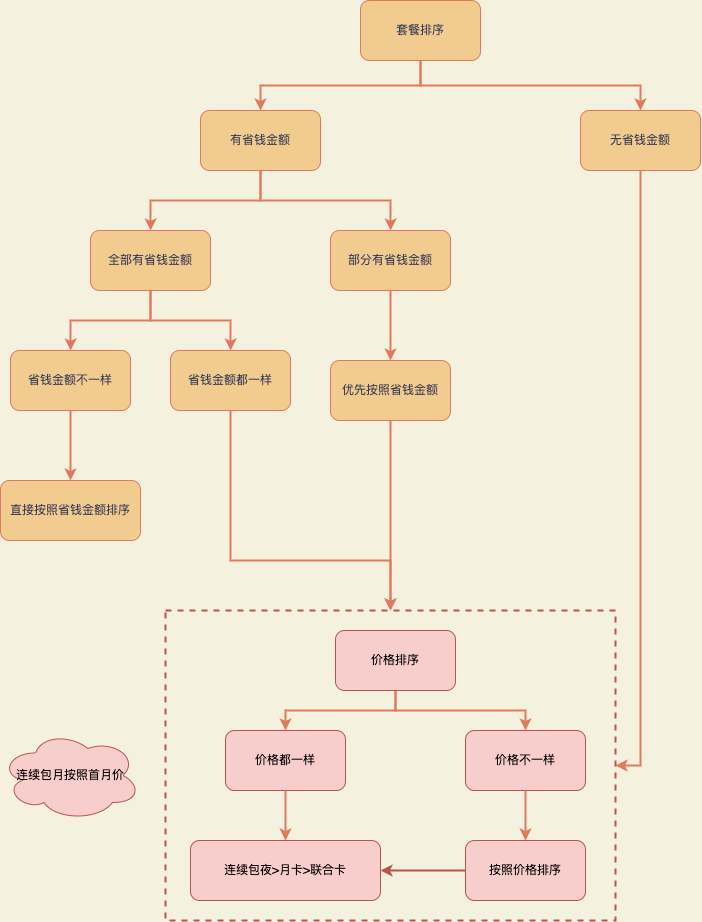
The draw.io diagram 套餐排序.png in 845642761/diagram, before a commit. Source tidied: cells renumbered, new cells last; positions are measured from the earlier drawing's top-left corner, leaving out a move shared by most shapes. Source of this version:
```xml
<mxGraphModel background="#F4F1DE">
  <root>
    <mxCell id="0" />
    <mxCell id="1" parent="0" />
    <mxCell id="2" style="edgeStyle=orthogonalEdgeStyle;rounded=0;jettySize=auto;html=1;entryX=0.5;entryY=0;entryDx=0;entryDy=0;fontColor=#393C56;strokeColor=#E07A5F;strokeWidth=2;fillColor=#F2CC8F;exitX=0.5;exitY=1;exitDx=0;exitDy=0;" parent="1" edge="1" source="4" target="7">
      <mxGeometry relative="1" as="geometry" />
    </mxCell>
    <mxCell id="3" style="edgeStyle=orthogonalEdgeStyle;rounded=0;jettySize=auto;html=1;entryX=0.5;entryY=0;entryDx=0;entryDy=0;fontColor=#393C56;strokeColor=#E07A5F;strokeWidth=2;fillColor=#F2CC8F;exitX=0.5;exitY=1;exitDx=0;exitDy=0;" parent="1" edge="1" source="4" target="9">
      <mxGeometry relative="1" as="geometry" />
    </mxCell>
    <mxCell id="4" value="套餐排序" style="rounded=1;whiteSpace=wrap;html=1;fontColor=#393C56;strokeColor=#E07A5F;fillColor=#F2CC8F;" parent="1" vertex="1">
      <mxGeometry x="360" width="120" height="60" as="geometry" />
    </mxCell>
    <mxCell id="5" style="edgeStyle=orthogonalEdgeStyle;rounded=0;jettySize=auto;html=1;fontColor=#393C56;strokeColor=#E07A5F;strokeWidth=2;fillColor=#F2CC8F;" parent="1" edge="1" source="7" target="12">
      <mxGeometry relative="1" as="geometry" />
    </mxCell>
    <mxCell id="6" style="edgeStyle=orthogonalEdgeStyle;rounded=0;jettySize=auto;html=1;fontColor=#393C56;strokeColor=#E07A5F;strokeWidth=2;fillColor=#F2CC8F;exitX=0.5;exitY=1;exitDx=0;exitDy=0;" parent="1" edge="1" source="7" target="14">
      <mxGeometry relative="1" as="geometry" />
    </mxCell>
    <mxCell id="7" value="有省钱金额" style="whiteSpace=wrap;html=1;fillColor=#F2CC8F;strokeColor=#E07A5F;fontColor=#393C56;rounded=1;" parent="1" vertex="1">
      <mxGeometry x="200" y="110" width="120" height="60" as="geometry" />
    </mxCell>
    <mxCell id="8" style="edgeStyle=orthogonalEdgeStyle;rounded=0;jettySize=auto;html=1;fontColor=#393C56;strokeColor=#E07A5F;strokeWidth=2;fillColor=#F2CC8F;entryX=1;entryY=0.5;entryDx=0;entryDy=0;" parent="1" edge="1" source="9" target="24">
      <mxGeometry relative="1" as="geometry" />
    </mxCell>
    <mxCell id="9" value="无省钱金额" style="whiteSpace=wrap;html=1;fillColor=#F2CC8F;strokeColor=#E07A5F;fontColor=#393C56;rounded=1;" parent="1" vertex="1">
      <mxGeometry x="580" y="110" width="120" height="60" as="geometry" />
    </mxCell>
    <mxCell id="10" style="edgeStyle=orthogonalEdgeStyle;rounded=0;jettySize=auto;html=1;fontColor=#393C56;strokeColor=#E07A5F;strokeWidth=2;fillColor=#F2CC8F;exitX=0.5;exitY=1;exitDx=0;exitDy=0;" parent="1" edge="1" source="12" target="16">
      <mxGeometry relative="1" as="geometry" />
    </mxCell>
    <mxCell id="11" style="edgeStyle=orthogonalEdgeStyle;rounded=0;jettySize=auto;html=1;fontColor=#393C56;strokeColor=#E07A5F;strokeWidth=2;fillColor=#F2CC8F;" parent="1" edge="1" source="12" target="18">
      <mxGeometry relative="1" as="geometry" />
    </mxCell>
    <mxCell id="12" value="全部有省钱金额" style="whiteSpace=wrap;html=1;fillColor=#F2CC8F;strokeColor=#E07A5F;fontColor=#393C56;rounded=1;" parent="1" vertex="1">
      <mxGeometry x="90" y="230" width="120" height="60" as="geometry" />
    </mxCell>
    <mxCell id="13" style="edgeStyle=orthogonalEdgeStyle;rounded=0;jettySize=auto;html=1;fontColor=#393C56;strokeColor=#E07A5F;strokeWidth=2;fillColor=#F2CC8F;" parent="1" edge="1" source="14" target="21">
      <mxGeometry relative="1" as="geometry" />
    </mxCell>
    <mxCell id="14" value="部分有省钱金额" style="whiteSpace=wrap;html=1;fillColor=#F2CC8F;strokeColor=#E07A5F;fontColor=#393C56;rounded=1;" parent="1" vertex="1">
      <mxGeometry x="330" y="230" width="120" height="60" as="geometry" />
    </mxCell>
    <mxCell id="15" style="edgeStyle=orthogonalEdgeStyle;rounded=0;jettySize=auto;html=1;fontColor=#393C56;strokeColor=#E07A5F;strokeWidth=2;fillColor=#F2CC8F;entryX=0.5;entryY=0;entryDx=0;entryDy=0;" parent="1" edge="1" source="16" target="24">
      <mxGeometry relative="1" as="geometry">
        <Array as="points">
          <mxPoint x="230" y="560" />
          <mxPoint x="390" y="560" />
        </Array>
      </mxGeometry>
    </mxCell>
    <mxCell id="16" value="省钱金额都一样" style="whiteSpace=wrap;html=1;fillColor=#F2CC8F;strokeColor=#E07A5F;fontColor=#393C56;rounded=1;" parent="1" vertex="1">
      <mxGeometry x="170" y="350" width="120" height="60" as="geometry" />
    </mxCell>
    <mxCell id="17" style="edgeStyle=orthogonalEdgeStyle;rounded=0;jettySize=auto;html=1;fontColor=#393C56;strokeColor=#E07A5F;strokeWidth=2;fillColor=#F2CC8F;" parent="1" edge="1" source="18" target="19">
      <mxGeometry relative="1" as="geometry" />
    </mxCell>
    <mxCell id="18" value="省钱金额不一样" style="whiteSpace=wrap;html=1;fillColor=#F2CC8F;strokeColor=#E07A5F;fontColor=#393C56;rounded=1;" parent="1" vertex="1">
      <mxGeometry x="10" y="350" width="120" height="60" as="geometry" />
    </mxCell>
    <mxCell id="19" value="直接按照省钱金额排序" style="whiteSpace=wrap;html=1;fillColor=#F2CC8F;strokeColor=#E07A5F;fontColor=#393C56;rounded=1;" parent="1" vertex="1">
      <mxGeometry y="480" width="140" height="60" as="geometry" />
    </mxCell>
    <mxCell id="20" style="edgeStyle=orthogonalEdgeStyle;rounded=0;jettySize=auto;html=1;fontColor=#393C56;strokeColor=#E07A5F;strokeWidth=2;fillColor=#F2CC8F;entryX=0.5;entryY=0;entryDx=0;entryDy=0;" parent="1" edge="1" source="21" target="24">
      <mxGeometry relative="1" as="geometry" />
    </mxCell>
    <mxCell id="21" value="优先按照省钱金额" style="whiteSpace=wrap;html=1;fillColor=#F2CC8F;strokeColor=#E07A5F;fontColor=#393C56;rounded=1;" parent="1" vertex="1">
      <mxGeometry x="330" y="360" width="120" height="60" as="geometry" />
    </mxCell>
    <mxCell id="22" value="连续包月按照首月价" style="ellipse;shape=cloud;whiteSpace=wrap;html=1;strokeColor=#b85450;fillColor=#f8cecc;" parent="1" vertex="1">
      <mxGeometry y="730" width="140" height="90" as="geometry" />
    </mxCell>
    <mxCell id="23" style="group;" parent="1" vertex="1">
      <mxGeometry x="165" y="610" width="450" height="310" as="geometry" />
    </mxCell>
    <mxCell id="24" style="rounded=0;whiteSpace=wrap;html=1;strokeColor=#b85450;fillColor=none;dashed=1;strokeWidth=2;" parent="23" vertex="1">
      <mxGeometry width="450" height="310" as="geometry" />
    </mxCell>
    <mxCell id="25" value="价格都一样" style="whiteSpace=wrap;html=1;fillColor=#f8cecc;strokeColor=#b85450;rounded=1;" parent="23" vertex="1">
      <mxGeometry x="60" y="120" width="120" height="60" as="geometry" />
    </mxCell>
    <mxCell id="26" value="价格不一样" style="whiteSpace=wrap;html=1;fillColor=#f8cecc;strokeColor=#b85450;rounded=1;" parent="23" vertex="1">
      <mxGeometry x="300" y="120" width="120" height="60" as="geometry" />
    </mxCell>
    <mxCell id="27" value="连续包夜&amp;gt;月卡&amp;gt;联合卡" style="whiteSpace=wrap;html=1;fillColor=#f8cecc;strokeColor=#b85450;rounded=1;" parent="23" vertex="1">
      <mxGeometry x="25" y="230" width="190" height="60" as="geometry" />
    </mxCell>
    <mxCell id="28" style="edgeStyle=orthogonalEdgeStyle;rounded=0;jettySize=auto;html=1;fontColor=#393C56;strokeColor=#E07A5F;strokeWidth=2;fillColor=#F2CC8F;" parent="23" edge="1" source="25" target="27">
      <mxGeometry relative="1" as="geometry" />
    </mxCell>
    <mxCell id="29" style="edgeStyle=orthogonalEdgeStyle;rounded=0;jettySize=auto;html=1;entryX=1;entryY=0.5;entryDx=0;entryDy=0;fontColor=#393C56;strokeColor=#b85450;strokeWidth=2;fillColor=#f8cecc;" parent="23" edge="1" source="30" target="27">
      <mxGeometry relative="1" as="geometry" />
    </mxCell>
    <mxCell id="30" value="按照价格排序" style="whiteSpace=wrap;html=1;fillColor=#f8cecc;strokeColor=#b85450;rounded=1;" parent="23" vertex="1">
      <mxGeometry x="300" y="230" width="120" height="60" as="geometry" />
    </mxCell>
    <mxCell id="31" style="edgeStyle=orthogonalEdgeStyle;rounded=0;jettySize=auto;html=1;fontColor=#393C56;strokeColor=#E07A5F;strokeWidth=2;fillColor=#F2CC8F;" parent="23" edge="1" source="26" target="30">
      <mxGeometry relative="1" as="geometry" />
    </mxCell>
    <mxCell id="32" style="edgeStyle=orthogonalEdgeStyle;rounded=0;jettySize=auto;html=1;entryX=0.5;entryY=0;entryDx=0;entryDy=0;fontColor=#393C56;strokeColor=#E07A5F;strokeWidth=2;fillColor=#F2CC8F;" parent="23" edge="1" source="34" target="25">
      <mxGeometry relative="1" as="geometry" />
    </mxCell>
    <mxCell id="33" style="edgeStyle=orthogonalEdgeStyle;rounded=0;jettySize=auto;html=1;fontColor=#393C56;strokeColor=#E07A5F;strokeWidth=2;fillColor=#F2CC8F;exitX=0.5;exitY=1;exitDx=0;exitDy=0;" parent="23" edge="1" source="34" target="26">
      <mxGeometry relative="1" as="geometry" />
    </mxCell>
    <mxCell id="34" value="价格排序" style="whiteSpace=wrap;html=1;fillColor=#f8cecc;strokeColor=#b85450;rounded=1;" parent="23" vertex="1">
      <mxGeometry x="170" y="20" width="120" height="60" as="geometry" />
    </mxCell>
  </root>
</mxGraphModel>
```
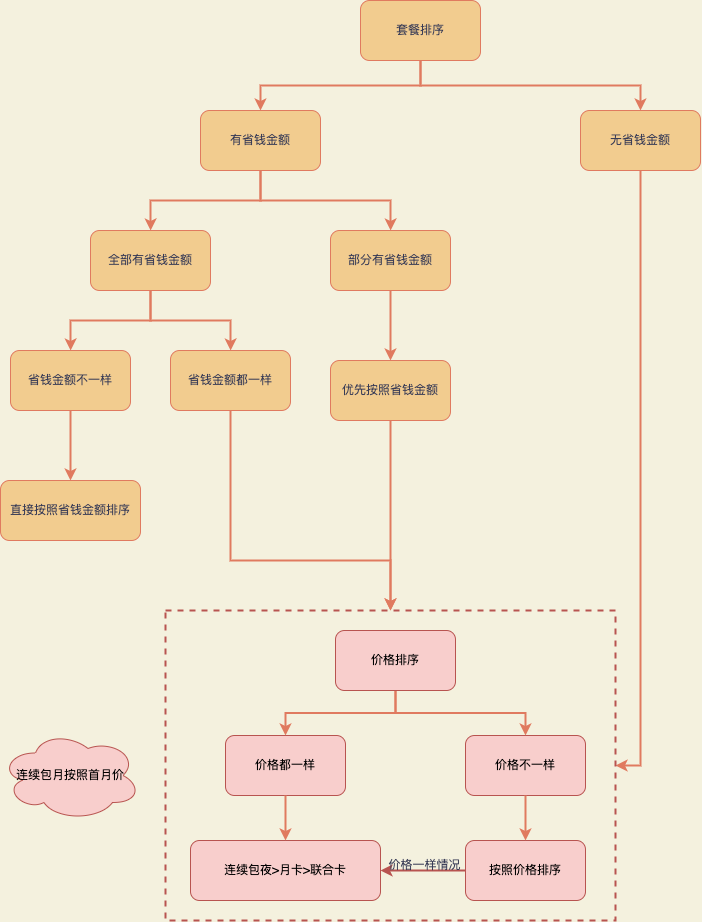
After the change.

Commit message:
更新套餐排序.png

The edit, as a diff of the source:
```diff
@@ -77,10 +77,10 @@
       <mxGeometry width="450" height="310" as="geometry" />
     </mxCell>
     <mxCell id="25" value="价格都一样" style="whiteSpace=wrap;html=1;fillColor=#f8cecc;strokeColor=#b85450;rounded=1;" parent="23" vertex="1">
-      <mxGeometry x="60" y="120" width="120" height="60" as="geometry" />
+      <mxGeometry x="60" y="125" width="120" height="60" as="geometry" />
     </mxCell>
     <mxCell id="26" value="价格不一样" style="whiteSpace=wrap;html=1;fillColor=#f8cecc;strokeColor=#b85450;rounded=1;" parent="23" vertex="1">
-      <mxGeometry x="300" y="120" width="120" height="60" as="geometry" />
+      <mxGeometry x="300" y="125" width="120" height="60" as="geometry" />
     </mxCell>
     <mxCell id="27" value="连续包夜&amp;gt;月卡&amp;gt;联合卡" style="whiteSpace=wrap;html=1;fillColor=#f8cecc;strokeColor=#b85450;rounded=1;" parent="23" vertex="1">
       <mxGeometry x="25" y="230" width="190" height="60" as="geometry" />
@@ -91,6 +91,11 @@
     <mxCell id="29" style="edgeStyle=orthogonalEdgeStyle;rounded=0;jettySize=auto;html=1;entryX=1;entryY=0.5;entryDx=0;entryDy=0;fontColor=#393C56;strokeColor=#b85450;strokeWidth=2;fillColor=#f8cecc;" parent="23" edge="1" source="30" target="27">
       <mxGeometry relative="1" as="geometry" />
     </mxCell>
+    <mxCell id="35" value="价格一样情况" style="edgeLabel;html=1;align=center;verticalAlign=middle;fontColor=#393C56;labelBackgroundColor=none;" parent="29" vertex="1">
+      <mxGeometry y="-6" relative="1" as="geometry">
+        <mxPoint x="1" as="offset" />
+      </mxGeometry>
+    </mxCell>
     <mxCell id="30" value="按照价格排序" style="whiteSpace=wrap;html=1;fillColor=#f8cecc;strokeColor=#b85450;rounded=1;" parent="23" vertex="1">
       <mxGeometry x="300" y="230" width="120" height="60" as="geometry" />
     </mxCell>
```
